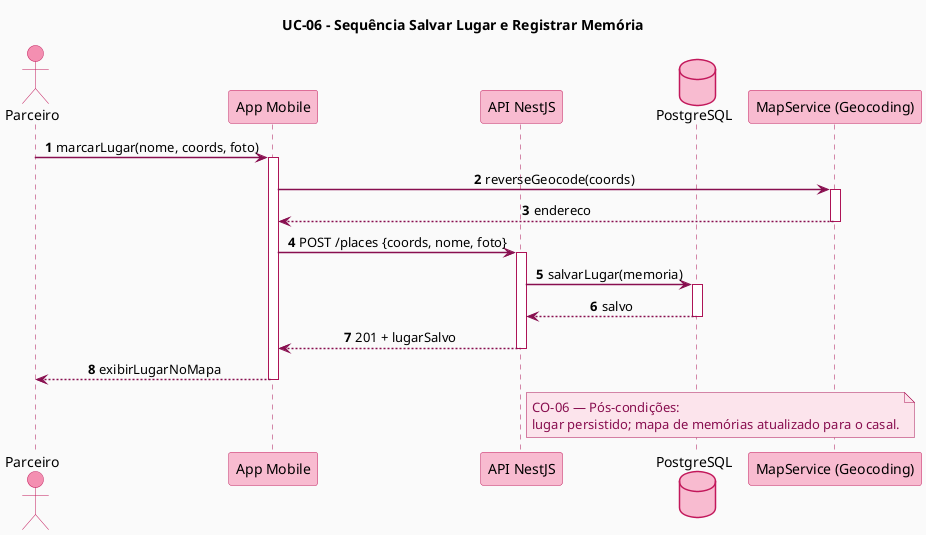
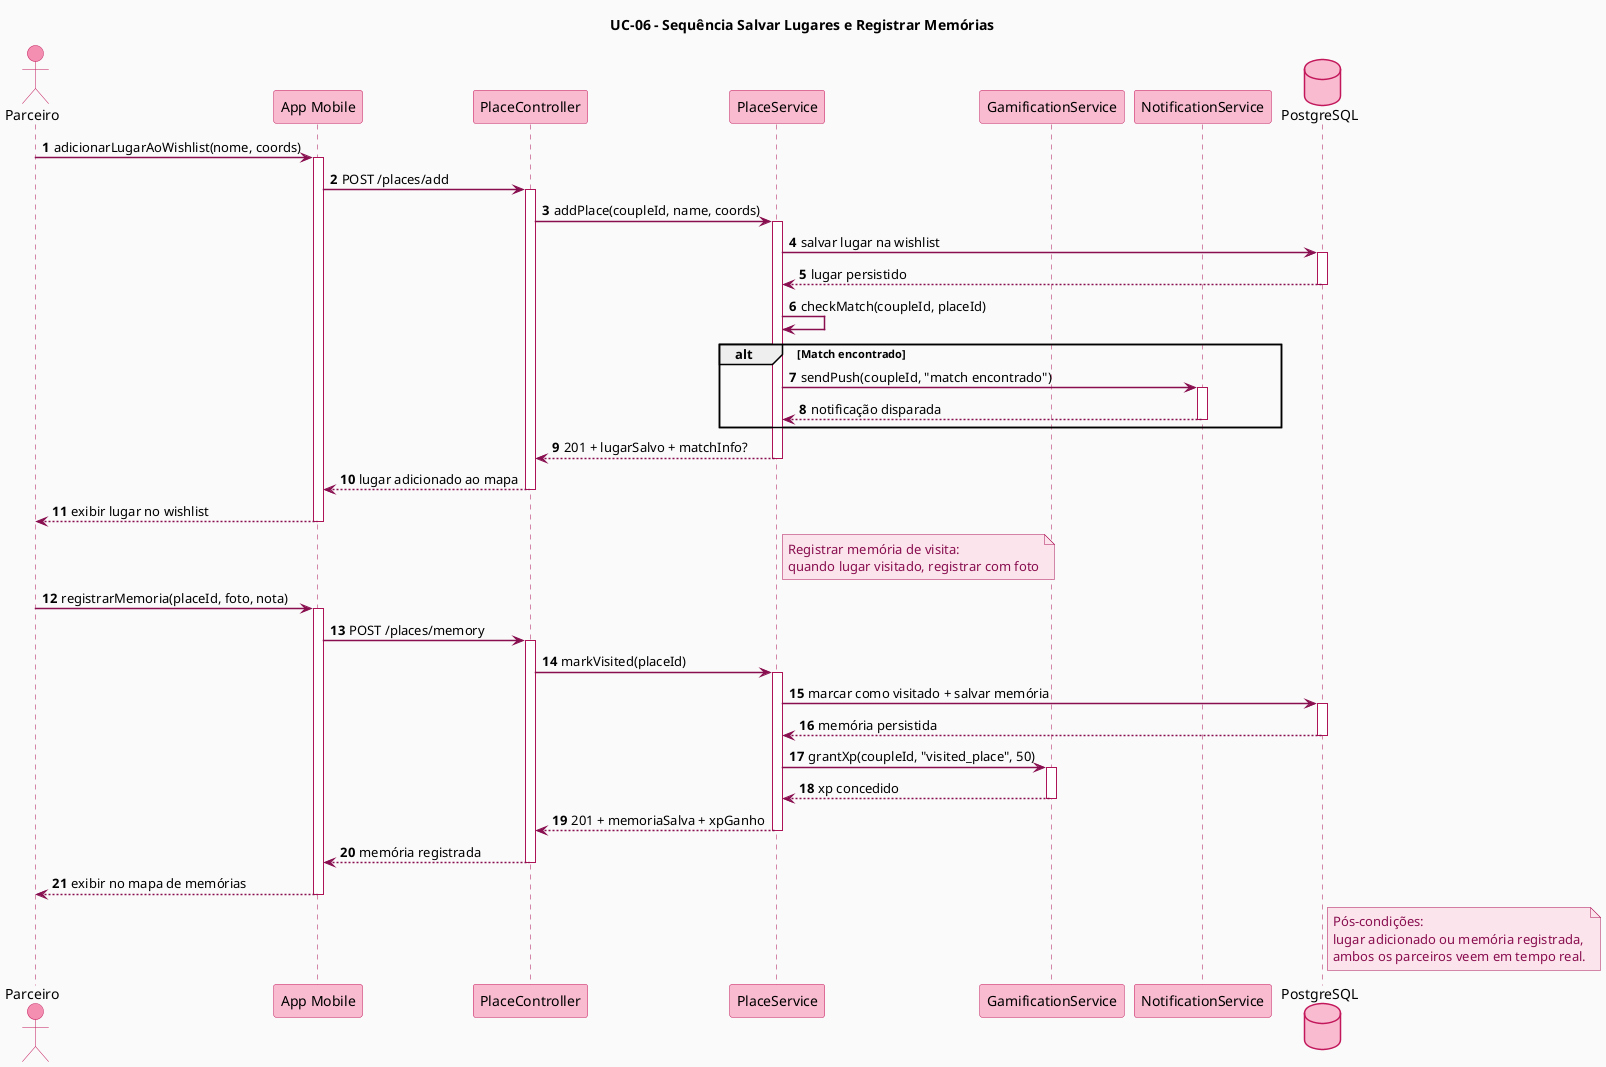
@startuml
+ title UC-06 - Sequência Salvar Lugares e Registrar Memórias
+ 
skinparam backgroundColor #FAFAFA
skinparam shadowing false
skinparam sequenceArrowThickness 1.5
skinparam sequenceParticipantBorderColor #C2185B
skinparam sequenceParticipantBackgroundColor #F8BBD0
skinparam sequenceActorBorderColor #C2185B
skinparam sequenceActorBackgroundColor #F48FB1
skinparam sequenceLifeLineBorderColor #AD1457
skinparam sequenceArrowColor #880E4F
skinparam ArrowColor #880E4F
- skinparam sequenceMessageAlign center
skinparam noteBorderColor #AD1457
skinparam noteBackgroundColor #FCE4EC
skinparam noteFontColor #880E4F
skinparam sequenceMessageFontColor #880E4F
skinparam databaseBorderColor #C2185B
skinparam databaseBackgroundColor #F8BBD0

autonumber
- title UC-06 - Sequência Salvar Lugar e Registrar Memória

actor Parceiro
participant "App Mobile" as Mobile
- participant "API NestJS" as API
+ participant "PlaceController" as Controller
+ participant "PlaceService" as PlaceService
+ participant "GamificationService" as GamService
+ participant "NotificationService" as NotifService
database "PostgreSQL" as DB
- participant "MapService (Geocoding)" as Map

- Parceiro -> Mobile : marcarLugar(nome, coords, foto)
+ Parceiro -> Mobile : adicionarLugarAoWishlist(nome, coords)
activate Mobile
- Mobile -> Map : reverseGeocode(coords)
- activate Map
- Map --> Mobile : endereco
- deactivate Map
- Mobile -> API : POST /places {coords, nome, foto}
- activate API
- API -> DB : salvarLugar(memoria)
+ 
+ Mobile -> Controller : POST /places/add
+ activate Controller
+ 
+ Controller -> PlaceService : addPlace(coupleId, name, coords)
+ activate PlaceService
+ 
+ PlaceService -> DB : salvar lugar na wishlist
activate DB
- DB --> API : salvo
+ DB --> PlaceService : lugar persistido
deactivate DB
- API --> Mobile : 201 + lugarSalvo
- deactivate API
- Mobile --> Parceiro : exibirLugarNoMapa
+ 
+ PlaceService -> PlaceService : checkMatch(coupleId, placeId)
+ 
+ alt Match encontrado
+   PlaceService -> NotifService : sendPush(coupleId, "match encontrado")
+   activate NotifService
+   NotifService --> PlaceService : notificação disparada
+   deactivate NotifService
+ end
+ 
+ PlaceService --> Controller : 201 + lugarSalvo + matchInfo?
+ deactivate PlaceService
+ 
+ Controller --> Mobile : lugar adicionado ao mapa
+ deactivate Controller
+ 
+ Mobile --> Parceiro : exibir lugar no wishlist
deactivate Mobile

- note right of API
-   CO-06 — Pós-condições:
-   lugar persistido; mapa de memórias atualizado para o casal.
+ note right of PlaceService
+   Registrar memória de visita:
+   quando lugar visitado, registrar com foto
end note

- @enduml+ Parceiro -> Mobile : registrarMemoria(placeId, foto, nota)
+ activate Mobile
+ 
+ Mobile -> Controller : POST /places/memory
+ activate Controller
+ 
+ Controller -> PlaceService : markVisited(placeId)
+ activate PlaceService
+ 
+ PlaceService -> DB : marcar como visitado + salvar memória
+ activate DB
+ DB --> PlaceService : memória persistida
+ deactivate DB
+ 
+ PlaceService -> GamService : grantXp(coupleId, "visited_place", 50)
+ activate GamService
+ GamService --> PlaceService : xp concedido
+ deactivate GamService
+ 
+ PlaceService --> Controller : 201 + memoriaSalva + xpGanho
+ deactivate PlaceService
+ 
+ Controller --> Mobile : memória registrada
+ deactivate Controller
+ 
+ Mobile --> Parceiro : exibir no mapa de memórias
+ deactivate Mobile
+ 
+ note right of DB
+   Pós-condições:
+   lugar adicionado ou memória registrada,
+   ambos os parceiros veem em tempo real.
+ end note
+ 
+ @enduml
